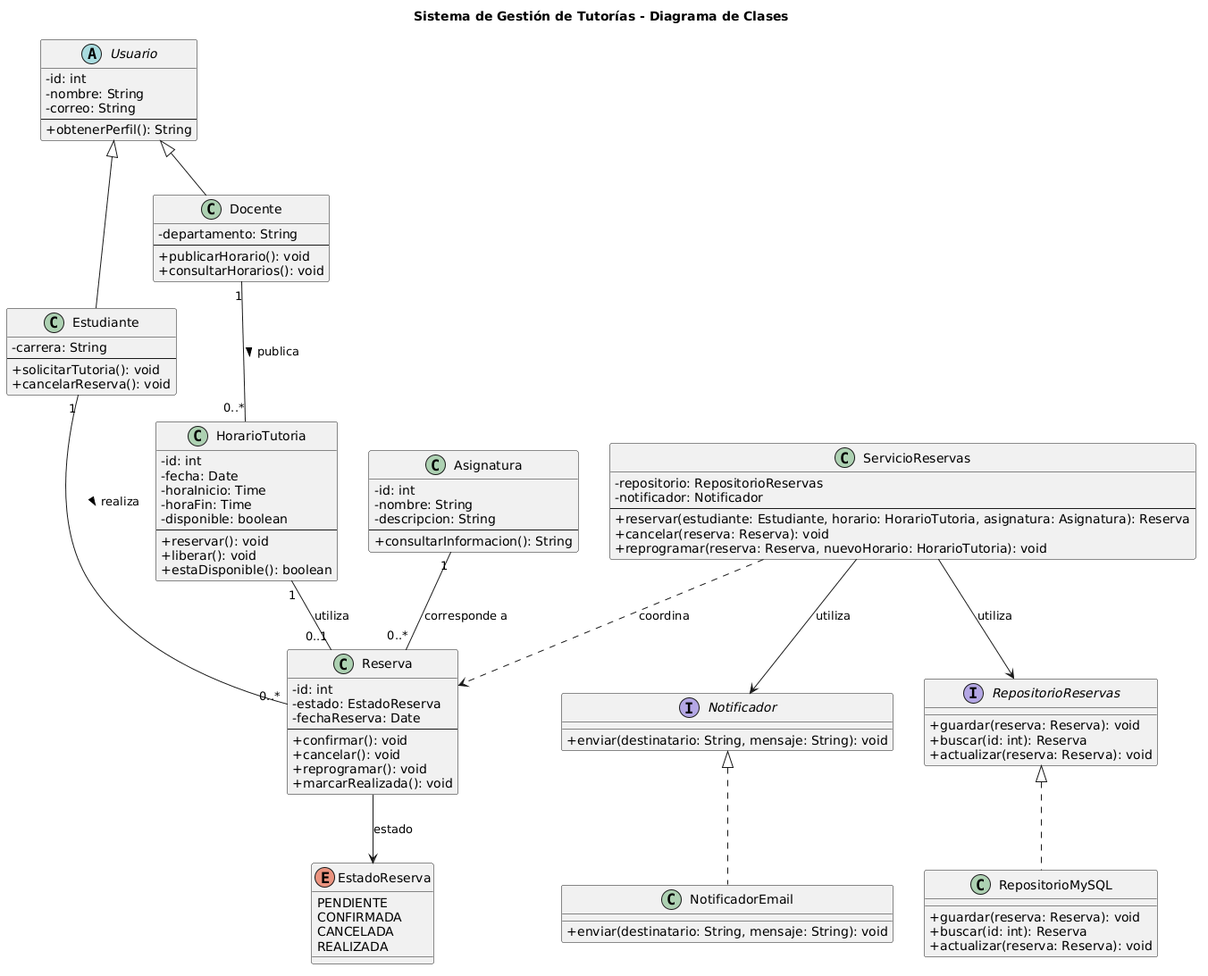
The PlantUML diagram docs/modelo-clases.png in charlielopez0396/sistema-tutorias-LopezCharlie, before a commit.
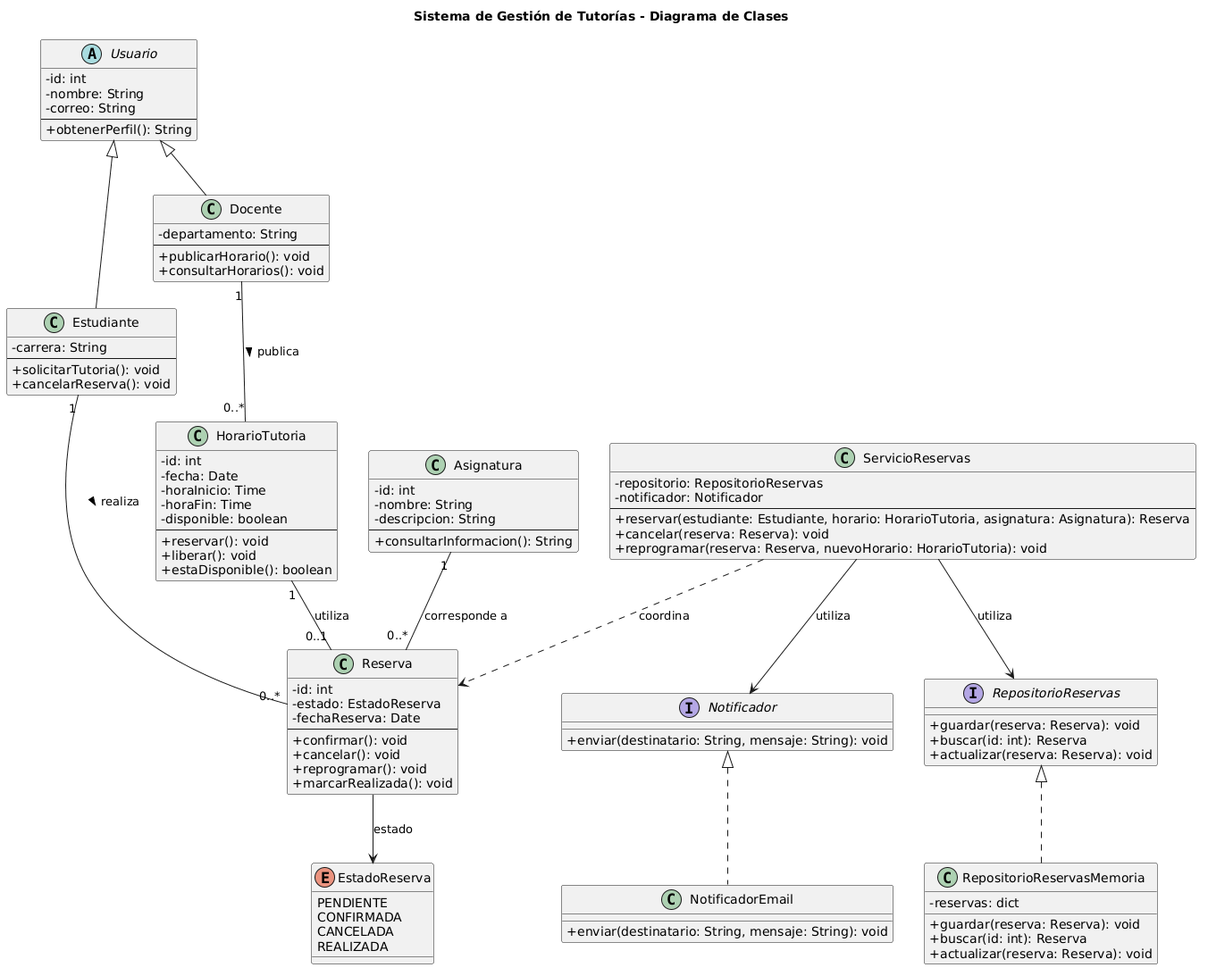
The same diagram one commit later.

Commit message:
feat: implementar repositorio de reservas

The edit, as a diff of the source:
```diff
@@ -91,10 +91,11 @@
   + enviar(destinatario: String, mensaje: String): void
 }
 
-class RepositorioMySQL {
-  + guardar(reserva: Reserva): void
-  + buscar(id: int): Reserva
-  + actualizar(reserva: Reserva): void
+class RepositorioReservasMemoria {
+    - reservas: dict
+    + guardar(reserva: Reserva): void
+    + buscar(id: int): Reserva
+    + actualizar(reserva: Reserva): void
 }
 
 
@@ -111,7 +112,7 @@
 
 
 Notificador <|.. NotificadorEmail
-RepositorioReservas <|.. RepositorioMySQL
+RepositorioReservas <|.. RepositorioReservasMemoria
 
 
 ServicioReservas ..> Reserva : coordina
```
